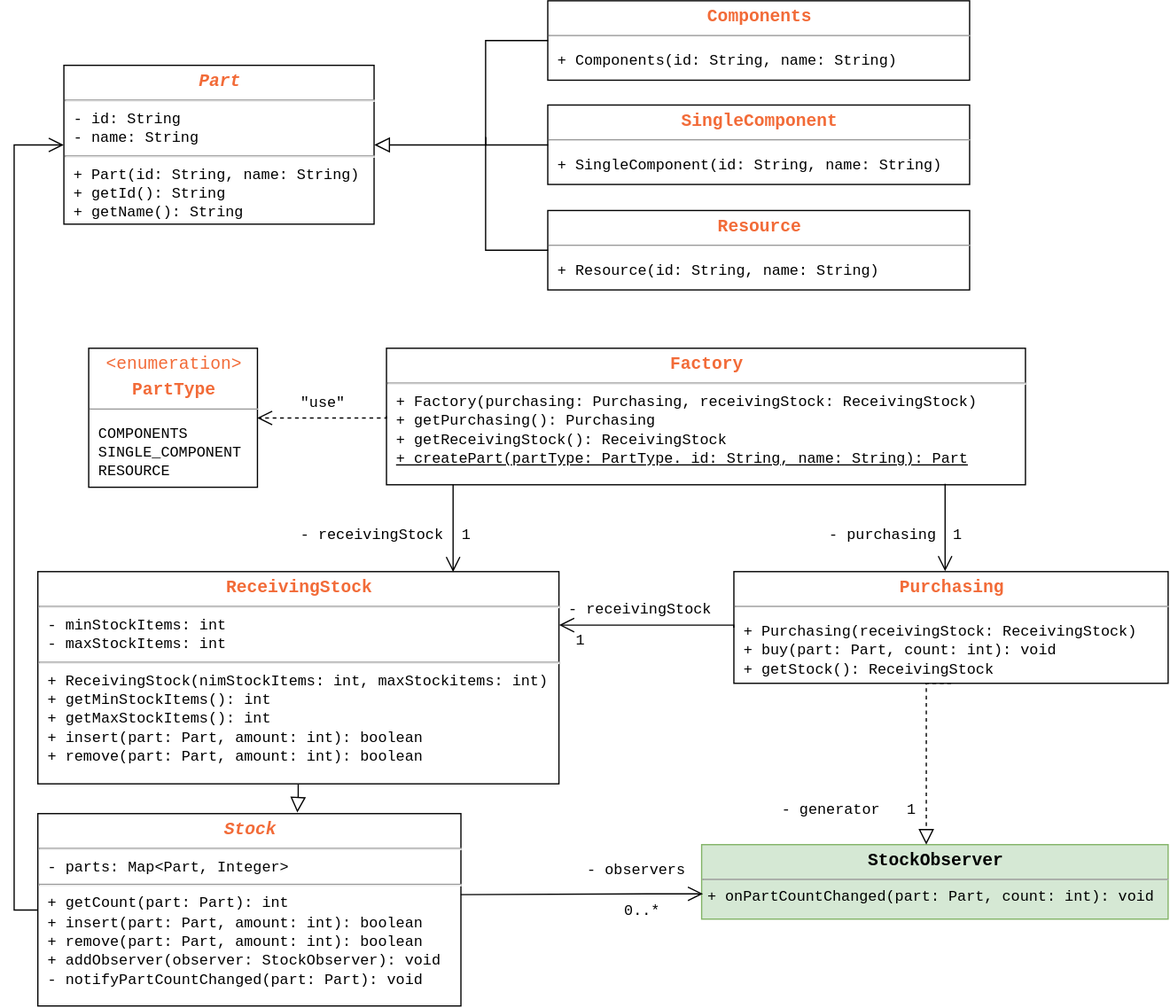
Above: docs/tasks/exam/assets/Part_Management.svg in sierikov/inloop (draw.io), before the change. Source tidied: cells renumbered, new cells last; positions are measured from the earlier drawing's top-left corner, leaving out a move shared by most shapes. Its diagram source:
```xml
<mxGraphModel background="#ffffff">
  <root>
    <mxCell id="0" />
    <mxCell id="1" parent="0" />
    <mxCell id="2" value="&lt;p style=&quot;margin: 0px ; margin-top: 4px ; text-align: center&quot;&gt;&lt;font color=&quot;#f26b38&quot; face=&quot;Courier New&quot;&gt;&lt;span style=&quot;font-size: 14px&quot;&gt;&lt;b&gt;&lt;i&gt;Part&lt;/i&gt;&lt;/b&gt;&lt;/span&gt;&lt;/font&gt;&lt;/p&gt;&lt;hr&gt;&lt;font face=&quot;Courier New&quot;&gt;&amp;nbsp;- id: String&lt;br&gt;&amp;nbsp;- name: String&lt;br&gt;&lt;/font&gt;&lt;hr&gt;&lt;font face=&quot;Courier New&quot;&gt;&amp;nbsp;+ Part(id: String, name: String)&lt;br&gt;&amp;nbsp;+ getId(): String&lt;br&gt;&amp;nbsp;+ getName(): String&lt;br&gt;&lt;/font&gt;" style="verticalAlign=top;align=left;overflow=fill;fontSize=12;fontFamily=Helvetica;html=1;rounded=0;shadow=0;comic=0;labelBackgroundColor=none;strokeColor=#000000;strokeWidth=1;fillColor=#ffffff;" parent="1" vertex="1">
      <mxGeometry x="40" y="52" width="250" height="128" as="geometry" />
    </mxCell>
    <mxCell id="3" value="&lt;p style=&quot;margin: 0px ; margin-top: 4px ; text-align: center&quot;&gt;&lt;font face=&quot;Courier New&quot; color=&quot;#f26b38&quot; size=&quot;1&quot;&gt;&lt;b style=&quot;font-size: 14px&quot;&gt;Components&lt;/b&gt;&lt;/font&gt;&lt;/p&gt;&lt;hr size=&quot;1&quot;&gt;&lt;p&gt;&lt;font face=&quot;Courier New&quot;&gt;&amp;nbsp;+ Components(id: String, name: String)&lt;/font&gt;&lt;/p&gt;" style="verticalAlign=top;align=left;overflow=fill;fontSize=12;fontFamily=Helvetica;html=1;rounded=0;shadow=0;comic=0;labelBackgroundColor=none;strokeColor=#000000;strokeWidth=1;fillColor=#ffffff;" parent="1" vertex="1">
      <mxGeometry x="430" width="340" height="64" as="geometry" />
    </mxCell>
    <mxCell id="4" style="edgeStyle=orthogonalEdgeStyle;rounded=0;html=1;labelBackgroundColor=none;startFill=0;endArrow=block;endFill=0;endSize=10;fontFamily=Verdana;fontSize=10;entryX=1;entryY=0.5;entryDx=0;entryDy=0;exitX=0;exitY=0.5;exitDx=0;exitDy=0;" parent="1" edge="1" source="3" target="2">
      <mxGeometry relative="1" as="geometry">
        <Array as="points">
          <mxPoint x="380" y="32" />
          <mxPoint x="380" y="116" />
        </Array>
      </mxGeometry>
    </mxCell>
    <mxCell id="5" value="&lt;p style=&quot;margin: 0px ; margin-top: 4px ; text-align: center&quot;&gt;&lt;font face=&quot;Courier New&quot; color=&quot;#f26b38&quot; size=&quot;1&quot;&gt;&lt;b style=&quot;font-size: 14px&quot;&gt;Purchasing&lt;/b&gt;&lt;/font&gt;&lt;/p&gt;&lt;hr size=&quot;1&quot;&gt;&lt;p&gt;&lt;font face=&quot;Courier New&quot;&gt;&amp;nbsp;+ Purchasing(receivingStock: ReceivingStock)&lt;br&gt;&amp;nbsp;+ buy(part: Part, count: int): void&lt;br&gt;&amp;nbsp;+ getStock(): ReceivingStock&lt;/font&gt;&lt;/p&gt;" style="verticalAlign=top;align=left;overflow=fill;fontSize=12;fontFamily=Helvetica;html=1;rounded=0;shadow=0;comic=0;labelBackgroundColor=none;strokeColor=#000000;strokeWidth=1;fillColor=#ffffff;" parent="1" vertex="1">
      <mxGeometry x="580" y="460" width="350" height="90" as="geometry" />
    </mxCell>
    <mxCell id="6" value="- generator&lt;br&gt;" style="text;html=1;strokeColor=none;fillColor=none;align=center;verticalAlign=middle;whiteSpace=wrap;rounded=0;dashed=1;fontFamily=Courier New;" parent="1" vertex="1">
      <mxGeometry x="615" y="642" width="85" height="20" as="geometry" />
    </mxCell>
    <mxCell id="7" value="1&lt;br&gt;" style="text;html=1;strokeColor=none;fillColor=none;align=center;verticalAlign=middle;whiteSpace=wrap;rounded=0;dashed=1;fontFamily=Courier New;" parent="1" vertex="1">
      <mxGeometry x="705" y="642" width="35" height="20" as="geometry" />
    </mxCell>
    <mxCell id="8" value="&lt;p style=&quot;margin: 0px ; margin-top: 4px ; text-align: center&quot;&gt;&lt;font face=&quot;Courier New&quot; color=&quot;#f26b38&quot; size=&quot;1&quot;&gt;&lt;b style=&quot;font-size: 14px&quot;&gt;SingleComponent&lt;/b&gt;&lt;/font&gt;&lt;/p&gt;&lt;hr size=&quot;1&quot;&gt;&lt;p&gt;&lt;font face=&quot;Courier New&quot;&gt;&amp;nbsp;+ SingleComponent(id: String, name: String)&lt;/font&gt;&lt;/p&gt;" style="verticalAlign=top;align=left;overflow=fill;fontSize=12;fontFamily=Helvetica;html=1;rounded=0;shadow=0;comic=0;labelBackgroundColor=none;strokeColor=#000000;strokeWidth=1;fillColor=#ffffff;" parent="1" vertex="1">
      <mxGeometry x="430" y="84" width="340" height="64" as="geometry" />
    </mxCell>
    <mxCell id="9" value="&lt;p style=&quot;margin: 0px ; margin-top: 4px ; text-align: center&quot;&gt;&lt;font face=&quot;Courier New&quot; color=&quot;#f26b38&quot; size=&quot;1&quot;&gt;&lt;b style=&quot;font-size: 14px&quot;&gt;Resource&lt;/b&gt;&lt;/font&gt;&lt;/p&gt;&lt;hr size=&quot;1&quot;&gt;&lt;p&gt;&lt;font face=&quot;Courier New&quot;&gt;&amp;nbsp;+ Resource(id: String, name: String)&lt;/font&gt;&lt;/p&gt;" style="verticalAlign=top;align=left;overflow=fill;fontSize=12;fontFamily=Helvetica;html=1;rounded=0;shadow=0;comic=0;labelBackgroundColor=none;strokeColor=#000000;strokeWidth=1;fillColor=#ffffff;" parent="1" vertex="1">
      <mxGeometry x="430" y="169" width="340" height="64" as="geometry" />
    </mxCell>
    <mxCell id="10" style="edgeStyle=orthogonalEdgeStyle;rounded=0;html=1;labelBackgroundColor=none;startFill=0;endArrow=none;endFill=0;endSize=10;fontFamily=Verdana;fontSize=10;exitX=0;exitY=0.5;exitDx=0;exitDy=0;" parent="1" edge="1" source="8">
      <mxGeometry relative="1" as="geometry">
        <mxPoint x="380" y="110" as="targetPoint" />
        <Array as="points">
          <mxPoint x="380" y="116" />
        </Array>
      </mxGeometry>
    </mxCell>
    <mxCell id="11" style="edgeStyle=orthogonalEdgeStyle;rounded=0;html=1;labelBackgroundColor=none;startFill=0;endArrow=none;endFill=0;endSize=10;fontFamily=Verdana;fontSize=10;exitX=0;exitY=0.5;exitDx=0;exitDy=0;" parent="1" edge="1" source="9">
      <mxGeometry relative="1" as="geometry">
        <mxPoint x="380" y="110" as="targetPoint" />
        <Array as="points">
          <mxPoint x="380" y="201" />
        </Array>
      </mxGeometry>
    </mxCell>
    <mxCell id="12" value="&lt;p style=&quot;margin: 0px ; margin-top: 4px ; text-align: center&quot;&gt;&lt;font color=&quot;#f26b38&quot; face=&quot;Courier New&quot;&gt;&lt;span style=&quot;font-size: 14px&quot;&gt;&amp;lt;enumeration&amp;gt;&lt;/span&gt;&lt;/font&gt;&lt;/p&gt;&lt;p style=&quot;margin: 0px ; margin-top: 4px ; text-align: center&quot;&gt;&lt;font face=&quot;Courier New&quot; color=&quot;#f26b38&quot; size=&quot;1&quot;&gt;&lt;b style=&quot;font-size: 14px&quot;&gt;PartType&lt;/b&gt;&lt;/font&gt;&lt;/p&gt;&lt;hr size=&quot;1&quot;&gt;&lt;p&gt;&lt;font face=&quot;Courier New&quot;&gt;&amp;nbsp;COMPONENTS&lt;br&gt;&amp;nbsp;SINGLE_COMPONENT&lt;br&gt;&amp;nbsp;RESOURCE&lt;/font&gt;&lt;/p&gt;" style="verticalAlign=top;align=left;overflow=fill;fontSize=12;fontFamily=Helvetica;html=1;rounded=0;shadow=0;comic=0;labelBackgroundColor=none;strokeColor=#000000;strokeWidth=1;fillColor=#ffffff;" parent="1" vertex="1">
      <mxGeometry x="60" y="280" width="136" height="112" as="geometry" />
    </mxCell>
    <mxCell id="13" value="&lt;p style=&quot;margin: 0px ; margin-top: 4px ; text-align: center&quot;&gt;&lt;font color=&quot;#f26b38&quot; face=&quot;Courier New&quot;&gt;&lt;span style=&quot;font-size: 14px&quot;&gt;&lt;b&gt;Factory&lt;/b&gt;&lt;/span&gt;&lt;/font&gt;&lt;/p&gt;&lt;hr&gt;&lt;font face=&quot;Courier New&quot;&gt;&amp;nbsp;+ Factory(purchasing: Purchasing, receivingStock: ReceivingStock)&lt;br&gt;&amp;nbsp;+ getPurchasing(): Purchasing&lt;br&gt;&amp;nbsp;+ getReceivingStock(): ReceivingStock&lt;br&gt;&amp;nbsp;&lt;u&gt;+ createPart(partType: PartType. id: String, name: String): Part&lt;/u&gt;&lt;/font&gt;&lt;font face=&quot;Courier New&quot;&gt;&amp;nbsp;&lt;br&gt;&lt;/font&gt;" style="verticalAlign=top;align=left;overflow=fill;fontSize=12;fontFamily=Helvetica;html=1;rounded=0;shadow=0;comic=0;labelBackgroundColor=none;strokeColor=#000000;strokeWidth=1;fillColor=#ffffff;" parent="1" vertex="1">
      <mxGeometry x="300" y="280" width="515" height="110" as="geometry" />
    </mxCell>
    <mxCell id="14" style="edgeStyle=orthogonalEdgeStyle;rounded=0;html=1;labelBackgroundColor=none;startFill=0;endArrow=open;endFill=0;endSize=10;fontFamily=Verdana;fontSize=10;entryX=1;entryY=0.5;entryDx=0;entryDy=0;exitX=0;exitY=0.5;exitDx=0;exitDy=0;dashed=1;" parent="1" edge="1" source="13" target="12">
      <mxGeometry relative="1" as="geometry">
        <Array as="points">
          <mxPoint x="300" y="336" />
        </Array>
      </mxGeometry>
    </mxCell>
    <mxCell id="15" value="&lt;font face=&quot;Courier New&quot;&gt;&quot;use&quot;&lt;/font&gt;" style="text;html=1;align=left;verticalAlign=top;spacingTop=-4;" parent="1" vertex="1">
      <mxGeometry x="229" y="314" width="50" height="20" as="geometry" />
    </mxCell>
    <mxCell id="16" value="&lt;p style=&quot;margin: 0px ; margin-top: 4px ; text-align: center&quot;&gt;&lt;font color=&quot;#f26b38&quot; face=&quot;Courier New&quot;&gt;&lt;span style=&quot;font-size: 14px&quot;&gt;&lt;b&gt;ReceivingStock&lt;/b&gt;&lt;/span&gt;&lt;/font&gt;&lt;/p&gt;&lt;hr&gt;&lt;font face=&quot;Courier New&quot;&gt;&amp;nbsp;- minStockItems: int&lt;br&gt;&amp;nbsp;- maxStockItems: int&lt;br&gt;&lt;/font&gt;&lt;hr&gt;&lt;font face=&quot;Courier New&quot;&gt;&amp;nbsp;+ ReceivingStock(nimStockItems: int, maxStockitems: int)&lt;br&gt;&amp;nbsp;+ getMinStockItems(): int&lt;br&gt;&amp;nbsp;+ getMaxStockItems(): int&lt;br&gt;&amp;nbsp;+ insert(part: Part, amount: int): boolean&lt;br&gt;&amp;nbsp;+ remove(part: Part, amount: int): boolean&lt;br&gt;&lt;/font&gt;" style="verticalAlign=top;align=left;overflow=fill;fontSize=12;fontFamily=Helvetica;html=1;rounded=0;shadow=0;comic=0;labelBackgroundColor=none;strokeColor=#000000;strokeWidth=1;fillColor=#ffffff;" parent="1" vertex="1">
      <mxGeometry x="19" y="460" width="420" height="171" as="geometry" />
    </mxCell>
    <mxCell id="17" style="edgeStyle=orthogonalEdgeStyle;rounded=0;html=1;labelBackgroundColor=none;startFill=0;endArrow=open;endFill=0;endSize=10;fontFamily=Verdana;fontSize=10;" parent="1" edge="1">
      <mxGeometry relative="1" as="geometry">
        <mxPoint x="354" y="390" as="sourcePoint" />
        <mxPoint x="354" y="460" as="targetPoint" />
        <Array as="points">
          <mxPoint x="354" y="425" />
        </Array>
      </mxGeometry>
    </mxCell>
    <mxCell id="18" value="&lt;font face=&quot;Courier New&quot;&gt;- receivingStock&lt;br&gt;&lt;/font&gt;" style="text;html=1;align=left;verticalAlign=top;spacingTop=-4;" parent="1" vertex="1">
      <mxGeometry x="229" y="420" width="130" height="20" as="geometry" />
    </mxCell>
    <mxCell id="19" value="&lt;font face=&quot;Courier New&quot;&gt;1&lt;br&gt;&lt;/font&gt;" style="text;html=1;align=left;verticalAlign=top;spacingTop=-4;" parent="1" vertex="1">
      <mxGeometry x="359" y="420" width="20" height="20" as="geometry" />
    </mxCell>
    <mxCell id="20" style="edgeStyle=orthogonalEdgeStyle;rounded=0;html=1;labelBackgroundColor=none;startFill=0;endArrow=open;endFill=0;endSize=10;fontFamily=Verdana;fontSize=10;" parent="1" edge="1">
      <mxGeometry relative="1" as="geometry">
        <mxPoint x="750" y="389.5" as="sourcePoint" />
        <mxPoint x="750" y="459.8" as="targetPoint" />
        <Array as="points">
          <mxPoint x="750" y="409.5" />
          <mxPoint x="750" y="409.5" />
        </Array>
      </mxGeometry>
    </mxCell>
    <mxCell id="21" value="&lt;font face=&quot;Courier New&quot;&gt;- purchasing&lt;br&gt;&lt;/font&gt;" style="text;html=1;align=left;verticalAlign=top;spacingTop=-4;" parent="1" vertex="1">
      <mxGeometry x="655" y="419.5" width="100" height="20" as="geometry" />
    </mxCell>
    <mxCell id="22" value="&lt;font face=&quot;Courier New&quot;&gt;1&lt;br&gt;&lt;/font&gt;" style="text;html=1;align=left;verticalAlign=top;spacingTop=-4;" parent="1" vertex="1">
      <mxGeometry x="755" y="419.5" width="20" height="20" as="geometry" />
    </mxCell>
    <mxCell id="23" style="edgeStyle=orthogonalEdgeStyle;rounded=0;html=1;labelBackgroundColor=none;startFill=0;endArrow=open;endFill=0;endSize=10;fontFamily=Verdana;fontSize=10;entryX=1;entryY=0.25;entryDx=0;entryDy=0;exitX=0;exitY=0.5;exitDx=0;exitDy=0;" parent="1" edge="1" source="5" target="16">
      <mxGeometry relative="1" as="geometry">
        <Array as="points">
          <mxPoint x="580" y="503" />
        </Array>
      </mxGeometry>
    </mxCell>
    <mxCell id="24" value="&lt;span&gt;&lt;font face=&quot;Courier New&quot;&gt;- receivingStock&lt;/font&gt;&lt;/span&gt;&lt;font face=&quot;Courier New&quot;&gt;&lt;br&gt;&lt;/font&gt;" style="text;html=1;align=left;verticalAlign=top;spacingTop=-4;" parent="1" vertex="1">
      <mxGeometry x="444.5" y="479.5" width="130" height="20" as="geometry" />
    </mxCell>
    <mxCell id="25" value="&lt;font face=&quot;Courier New&quot;&gt;1&lt;br&gt;&lt;/font&gt;" style="text;html=1;align=left;verticalAlign=top;spacingTop=-4;" parent="1" vertex="1">
      <mxGeometry x="450.5" y="505" width="20" height="20" as="geometry" />
    </mxCell>
    <mxCell id="26" value="&lt;p style=&quot;margin: 0px ; margin-top: 4px ; text-align: center&quot;&gt;&lt;font face=&quot;Courier New&quot; size=&quot;1&quot;&gt;&lt;b style=&quot;font-size: 14px&quot;&gt;StockObserver&lt;/b&gt;&lt;/font&gt;&lt;/p&gt;&lt;hr size=&quot;1&quot;&gt;&lt;p style=&quot;margin: 0px ; margin-left: 4px&quot;&gt;&lt;font face=&quot;Courier New&quot;&gt;+ onPartCountChanged(part: Part, count: int): void&lt;/font&gt;&lt;/p&gt;&lt;br&gt;" style="verticalAlign=top;align=left;overflow=fill;fontSize=12;fontFamily=Helvetica;html=1;rounded=0;shadow=0;comic=0;labelBackgroundColor=none;strokeColor=#82b366;strokeWidth=1;fillColor=#d5e8d4;" parent="1" vertex="1">
      <mxGeometry x="554" y="680" width="376" height="60" as="geometry" />
    </mxCell>
    <mxCell id="27" style="edgeStyle=orthogonalEdgeStyle;rounded=0;html=1;labelBackgroundColor=none;startFill=0;endArrow=block;endFill=0;endSize=10;fontFamily=Verdana;fontSize=10;exitX=0.5;exitY=1;exitDx=0;exitDy=0;dashed=1;" parent="1" edge="1" source="5" target="26">
      <mxGeometry relative="1" as="geometry">
        <Array as="points">
          <mxPoint x="735" y="550" />
        </Array>
      </mxGeometry>
    </mxCell>
    <mxCell id="28" value="&lt;p style=&quot;margin: 0px ; margin-top: 4px ; text-align: center&quot;&gt;&lt;font color=&quot;#f26b38&quot; face=&quot;Courier New&quot;&gt;&lt;span style=&quot;font-size: 14px&quot;&gt;&lt;b&gt;&lt;i&gt;Stock&lt;/i&gt;&lt;/b&gt;&lt;/span&gt;&lt;/font&gt;&lt;/p&gt;&lt;hr&gt;&lt;font face=&quot;Courier New&quot;&gt;&amp;nbsp;- parts: Map&amp;lt;Part, Integer&amp;gt;&lt;br&gt;&lt;/font&gt;&lt;hr&gt;&lt;font face=&quot;Courier New&quot;&gt;&amp;nbsp;+ getCount(part: Part): int&lt;br&gt;&amp;nbsp;+ insert(part: Part, amount: int): boolean&lt;br&gt;&amp;nbsp;+ remove(part: Part, amount: int): boolean&lt;br&gt;&amp;nbsp;+ addObserver(observer: StockObserver): void&lt;br&gt;&amp;nbsp;- notifyPartCountChanged(part: Part): void&lt;br&gt;&lt;/font&gt;" style="verticalAlign=top;align=left;overflow=fill;fontSize=12;fontFamily=Helvetica;html=1;rounded=0;shadow=0;comic=0;labelBackgroundColor=none;strokeColor=#000000;strokeWidth=1;fillColor=#ffffff;" parent="1" vertex="1">
      <mxGeometry x="19" y="655" width="341" height="155" as="geometry" />
    </mxCell>
    <mxCell id="29" style="edgeStyle=orthogonalEdgeStyle;rounded=0;html=1;labelBackgroundColor=none;startFill=0;endArrow=none;endFill=0;endSize=10;fontFamily=Verdana;fontSize=10;startArrow=open;startSize=10;entryX=0.999;entryY=0.423;entryDx=0;entryDy=0;entryPerimeter=0;exitX=0.002;exitY=0.66;exitDx=0;exitDy=0;exitPerimeter=0;" parent="1" edge="1" source="26" target="28">
      <mxGeometry relative="1" as="geometry">
        <Array as="points">
          <mxPoint x="510" y="720" />
        </Array>
      </mxGeometry>
    </mxCell>
    <mxCell id="30" value="&lt;span&gt;&lt;font face=&quot;Courier New&quot;&gt;- observers&lt;/font&gt;&lt;/span&gt;&lt;font face=&quot;Courier New&quot;&gt;&lt;br&gt;&lt;/font&gt;" style="text;html=1;align=left;verticalAlign=top;spacingTop=-4;" parent="1" vertex="1">
      <mxGeometry x="460" y="690" width="90" height="20" as="geometry" />
    </mxCell>
    <mxCell id="31" value="&lt;font face=&quot;Courier New&quot;&gt;0..*&lt;br&gt;&lt;/font&gt;" style="text;html=1;align=left;verticalAlign=top;spacingTop=-4;" parent="1" vertex="1">
      <mxGeometry x="490" y="722.5" width="40" height="20" as="geometry" />
    </mxCell>
    <mxCell id="32" style="edgeStyle=orthogonalEdgeStyle;rounded=0;html=1;labelBackgroundColor=none;startFill=0;endArrow=none;endFill=0;endSize=10;fontFamily=Verdana;fontSize=10;startArrow=open;startSize=10;entryX=0;entryY=0.5;entryDx=0;entryDy=0;exitX=0;exitY=0.5;exitDx=0;exitDy=0;" parent="1" edge="1" source="2" target="28">
      <mxGeometry relative="1" as="geometry">
        <Array as="points">
          <mxPoint y="116" />
          <mxPoint y="733" />
        </Array>
      </mxGeometry>
    </mxCell>
    <mxCell id="33" style="edgeStyle=orthogonalEdgeStyle;rounded=0;html=1;labelBackgroundColor=none;startFill=0;endArrow=block;endFill=0;endSize=10;fontFamily=Verdana;fontSize=10;exitX=0.5;exitY=1;exitDx=0;exitDy=0;entryX=0.613;entryY=-0.006;entryDx=0;entryDy=0;entryPerimeter=0;" parent="1" edge="1" source="16" target="28">
      <mxGeometry relative="1" as="geometry">
        <Array as="points">
          <mxPoint x="228" y="640" />
        </Array>
      </mxGeometry>
    </mxCell>
  </root>
</mxGraphModel>
```
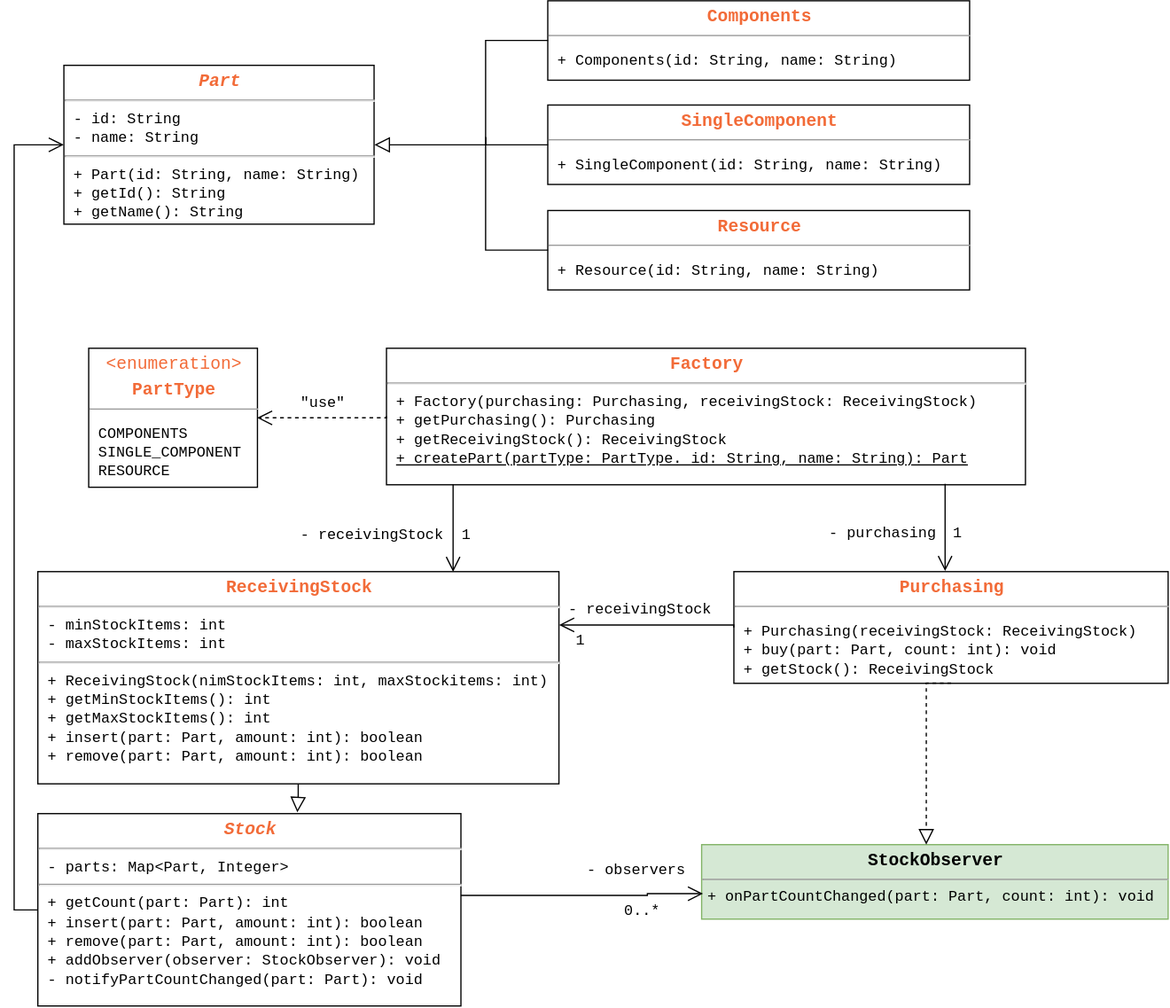
The same file after the commit.

Commit message:
Fixed Part Management svg Diagram

Change to the diagram source:
```diff
@@ -19,12 +19,6 @@
     <mxCell id="5" value="&lt;p style=&quot;margin: 0px ; margin-top: 4px ; text-align: center&quot;&gt;&lt;font face=&quot;Courier New&quot; color=&quot;#f26b38&quot; size=&quot;1&quot;&gt;&lt;b style=&quot;font-size: 14px&quot;&gt;Purchasing&lt;/b&gt;&lt;/font&gt;&lt;/p&gt;&lt;hr size=&quot;1&quot;&gt;&lt;p&gt;&lt;font face=&quot;Courier New&quot;&gt;&amp;nbsp;+ Purchasing(receivingStock: ReceivingStock)&lt;br&gt;&amp;nbsp;+ buy(part: Part, count: int): void&lt;br&gt;&amp;nbsp;+ getStock(): ReceivingStock&lt;/font&gt;&lt;/p&gt;" style="verticalAlign=top;align=left;overflow=fill;fontSize=12;fontFamily=Helvetica;html=1;rounded=0;shadow=0;comic=0;labelBackgroundColor=none;strokeColor=#000000;strokeWidth=1;fillColor=#ffffff;" parent="1" vertex="1">
       <mxGeometry x="580" y="460" width="350" height="90" as="geometry" />
     </mxCell>
-    <mxCell id="6" value="- generator&lt;br&gt;" style="text;html=1;strokeColor=none;fillColor=none;align=center;verticalAlign=middle;whiteSpace=wrap;rounded=0;dashed=1;fontFamily=Courier New;" parent="1" vertex="1">
-      <mxGeometry x="615" y="642" width="85" height="20" as="geometry" />
-    </mxCell>
-    <mxCell id="7" value="1&lt;br&gt;" style="text;html=1;strokeColor=none;fillColor=none;align=center;verticalAlign=middle;whiteSpace=wrap;rounded=0;dashed=1;fontFamily=Courier New;" parent="1" vertex="1">
-      <mxGeometry x="705" y="642" width="35" height="20" as="geometry" />
-    </mxCell>
     <mxCell id="8" value="&lt;p style=&quot;margin: 0px ; margin-top: 4px ; text-align: center&quot;&gt;&lt;font face=&quot;Courier New&quot; color=&quot;#f26b38&quot; size=&quot;1&quot;&gt;&lt;b style=&quot;font-size: 14px&quot;&gt;SingleComponent&lt;/b&gt;&lt;/font&gt;&lt;/p&gt;&lt;hr size=&quot;1&quot;&gt;&lt;p&gt;&lt;font face=&quot;Courier New&quot;&gt;&amp;nbsp;+ SingleComponent(id: String, name: String)&lt;/font&gt;&lt;/p&gt;" style="verticalAlign=top;align=left;overflow=fill;fontSize=12;fontFamily=Helvetica;html=1;rounded=0;shadow=0;comic=0;labelBackgroundColor=none;strokeColor=#000000;strokeWidth=1;fillColor=#ffffff;" parent="1" vertex="1">
       <mxGeometry x="430" y="84" width="340" height="64" as="geometry" />
     </mxCell>
```
